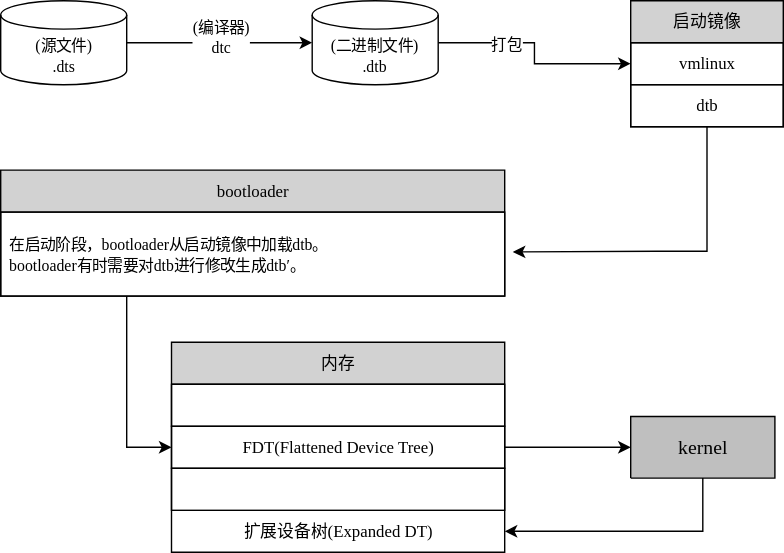
Above: Linux内核原理及其开发/Resources/设备树生命周期.drawio.svg in h13-0/Notebooks (draw.io), before the change. Source tidied: cells renumbered, new cells last; positions are measured from the earlier drawing's top-left corner, leaving out a move shared by most shapes.
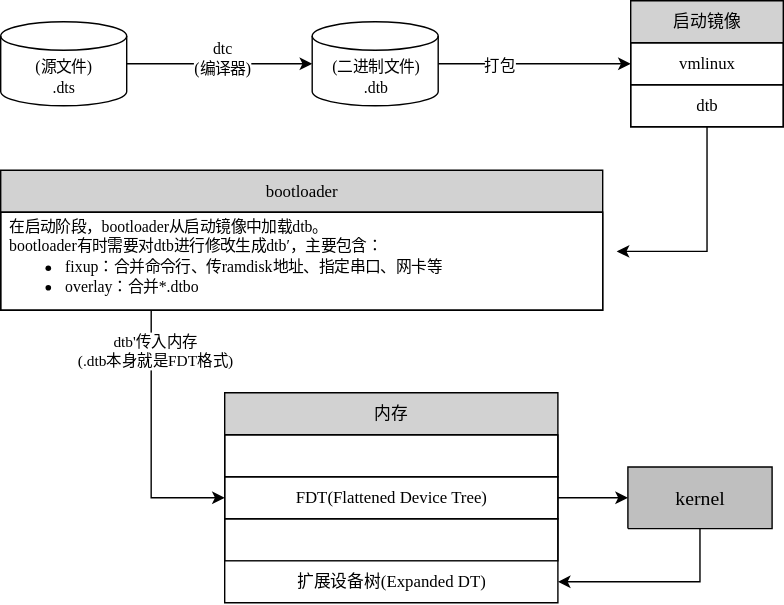
The same diagram one commit later.

Commit message:
vault backup: 2025-10-30 14:15:48

The edit, as a diff of the source:
```diff
@@ -6,7 +6,7 @@
       <mxGeometry relative="1" as="geometry" />
     </mxCell>
     <mxCell id="3" value="&lt;div style=&quot;font-size: 1px&quot;&gt;&lt;font style=&quot;font-size:14.11px;font-family:思源等宽;color:#000000;direction:ltr;letter-spacing:0px;line-height:120%;opacity:1&quot;&gt;kernel&lt;br/&gt;&lt;/font&gt;&lt;/div&gt;" style="verticalAlign=middle;align=center;overflow=width;vsdxID=151;fillColor=#bfbfbf;gradientColor=none;shape=(stored shape, 160 characters);strokeColor=#000000;points=[[1,0.5,0],[0.5,0,0],[0.5,0.5,0],[0.5,0.5,0]];labelBackgroundColor=none;rounded=0;html=1;whiteSpace=wrap;" parent="1" vertex="1">
-      <mxGeometry x="450" y="297" width="103" height="44" as="geometry" />
+      <mxGeometry x="448" y="333" width="103" height="44" as="geometry" />
     </mxCell>
     <mxCell id="4" parent="1" vertex="1">
       <mxGeometry x="65" y="211" as="geometry" />
@@ -15,10 +15,10 @@
       <mxGeometry x="354" y="179" as="geometry" />
     </mxCell>
     <mxCell id="6" parent="1" vertex="1">
-      <mxGeometry x="353" y="369" as="geometry" />
+      <mxGeometry x="351" y="405" as="geometry" />
     </mxCell>
     <mxCell id="7" value="&lt;span style=&quot;font-family: 思源等宽; font-size: 11.29px;&quot;&gt;(源文件)&lt;/span&gt;&lt;br style=&quot;font-family: 思源等宽; font-size: 11.29px;&quot;&gt;&lt;span style=&quot;font-family: 思源等宽; font-size: 11.29px;&quot;&gt;.dts&lt;/span&gt;" style="shape=cylinder3;whiteSpace=wrap;html=1;boundedLbl=1;backgroundOutline=1;size=10.133349609374932;fillColor=none;" parent="1" vertex="1">
-      <mxGeometry width="90" height="60" as="geometry" />
+      <mxGeometry y="15" width="90" height="60" as="geometry" />
     </mxCell>
     <mxCell id="8" style="edgeStyle=orthogonalEdgeStyle;rounded=0;jettySize=auto;html=1;exitX=1;exitY=0.5;exitDx=0;exitDy=0;exitPerimeter=0;entryX=0;entryY=0.5;entryDx=0;entryDy=0;" parent="1" edge="1" source="10" target="15">
       <mxGeometry relative="1" as="geometry" />
@@ -27,21 +27,22 @@
       <mxGeometry x="-0.36" y="-1" relative="1" as="geometry" />
     </mxCell>
     <mxCell id="10" value="&lt;span style=&quot;font-family: 思源等宽; font-size: 11.29px;&quot;&gt;(二进制文件)&lt;/span&gt;&lt;br style=&quot;font-family: 思源等宽; font-size: 11.29px;&quot;&gt;&lt;span style=&quot;font-family: 思源等宽; font-size: 11.29px;&quot;&gt;.dtb&lt;/span&gt;" style="shape=cylinder3;whiteSpace=wrap;html=1;boundedLbl=1;backgroundOutline=1;size=10.133349609374932;fillColor=none;" parent="1" vertex="1">
-      <mxGeometry x="222.5" width="90" height="60" as="geometry" />
+      <mxGeometry x="222.5" y="15" width="90" height="60" as="geometry" />
     </mxCell>
     <mxCell id="11" style="edgeStyle=orthogonalEdgeStyle;rounded=0;jettySize=auto;html=1;exitX=1;exitY=0.5;exitDx=0;exitDy=0;exitPerimeter=0;entryX=0;entryY=0.5;entryDx=0;entryDy=0;entryPerimeter=0;" parent="1" edge="1" source="7" target="10">
       <mxGeometry relative="1" as="geometry">
         <Array as="points">
-          <mxPoint x="160" y="30" />
-          <mxPoint x="160" y="30" />
+          <mxPoint x="160" y="45" />
+          <mxPoint x="160" y="45" />
         </Array>
       </mxGeometry>
     </mxCell>
-    <mxCell id="12" value="&lt;span style=&quot;font-family: 思源等宽; font-size: 11.29px;&quot;&gt;(编译器)&lt;/span&gt;&lt;br style=&quot;font-family: 思源等宽; font-size: 11.29px;&quot;&gt;&lt;span style=&quot;font-family: 思源等宽; font-size: 11.29px;&quot;&gt;dtc&lt;/span&gt;" style="edgeLabel;html=1;align=center;verticalAlign=middle;" parent="11" vertex="1">
+    <mxCell id="12" value="&lt;span style=&quot;font-family: 思源等宽; font-size: 11.29px;&quot;&gt;dtc&lt;/span&gt;&lt;div&gt;&lt;span style=&quot;font-family: 思源等宽; font-size: 11.29px;&quot;&gt;(编译器)&lt;/span&gt;&lt;span style=&quot;font-family: 思源等宽; font-size: 11.29px;&quot;&gt;&lt;/span&gt;&lt;/div&gt;" style="edgeLabel;html=1;align=center;verticalAlign=middle;" parent="11" vertex="1">
       <mxGeometry x="0.02" y="4" relative="1" as="geometry" />
     </mxCell>
-    <mxCell id="13" style="edgeStyle=orthogonalEdgeStyle;rounded=0;jettySize=auto;html=1;entryX=1.016;entryY=0.474;entryDx=0;entryDy=0;entryPerimeter=0;" parent="1" edge="1" source="14" target="19">
+    <mxCell id="13" style="edgeStyle=orthogonalEdgeStyle;rounded=0;jettySize=auto;html=1;" parent="1" edge="1" source="14">
       <mxGeometry relative="1" as="geometry">
+        <mxPoint x="440" y="179" as="targetPoint" />
         <Array as="points">
           <mxPoint x="505" y="179" />
           <mxPoint x="469" y="179" />
@@ -57,20 +58,25 @@
     <mxCell id="16" value="&lt;font face=&quot;思源等宽&quot;&gt;dtb&lt;/font&gt;" style="text;strokeColor=default;fillColor=none;align=center;verticalAlign=middle;spacingLeft=4;spacingRight=4;overflow=hidden;whiteSpace=wrap;html=1;" parent="14" vertex="1">
       <mxGeometry y="60" width="109" height="30" as="geometry" />
     </mxCell>
-    <mxCell id="17" style="edgeStyle=orthogonalEdgeStyle;rounded=0;jettySize=auto;html=1;exitX=0.25;exitY=1;exitDx=0;exitDy=0;entryX=0;entryY=0.5;entryDx=0;entryDy=0;" parent="1" edge="1" source="18" target="23">
+    <mxCell id="17" style="edgeStyle=orthogonalEdgeStyle;rounded=0;jettySize=auto;html=1;exitX=0.25;exitY=1;exitDx=0;exitDy=0;" parent="1" edge="1" source="18" target="23">
       <mxGeometry relative="1" as="geometry" />
     </mxCell>
+    <mxCell id="26" value="&lt;font face=&quot;思源等宽&quot;&gt;dtb'传入内存&lt;/font&gt;&lt;div&gt;&lt;font face=&quot;思源等宽&quot;&gt;(.dtb本身就是FDT格式)&lt;/font&gt;&lt;/div&gt;" style="edgeLabel;html=1;align=center;verticalAlign=middle;" parent="17" vertex="1">
+      <mxGeometry x="-0.41" y="2" relative="1" as="geometry">
+        <mxPoint y="-27" as="offset" />
+      </mxGeometry>
+    </mxCell>
     <mxCell id="18" value="&lt;font face=&quot;思源等宽&quot;&gt;bootloader&lt;/font&gt;" style="swimlane;fontStyle=0;horizontal=1;startSize=30;whiteSpace=wrap;html=1;fillColor=#D2D2D2;" parent="1" vertex="1">
-      <mxGeometry y="121" width="360" height="90" as="geometry" />
+      <mxGeometry y="121" width="430" height="100" as="geometry" />
     </mxCell>
-    <mxCell id="19" value="&lt;font style=&quot;color: rgb(0, 0, 0);&quot;&gt;&lt;span style=&quot;font-family: 思源等宽; font-size: 11.29px;&quot;&gt;在启动阶段，bootloader从启动镜像中加载dtb。&lt;/span&gt;&lt;br style=&quot;font-family: 思源等宽; font-size: 11.29px;&quot;&gt;&lt;span style=&quot;font-family: 思源等宽; font-size: 11.29px;&quot;&gt;bootloader有时需要对dtb进行修改生成dtb′。&lt;/span&gt;&lt;/font&gt;" style="text;strokeColor=default;fillColor=none;align=left;verticalAlign=middle;spacingLeft=4;spacingRight=4;overflow=hidden;points=[[0,0.5],[1,0.5]];portConstraint=eastwest;whiteSpace=wrap;html=1;" parent="18" vertex="1">
-      <mxGeometry y="30" width="360" height="60" as="geometry" />
+    <mxCell id="19" value="&lt;font style=&quot;color: rgb(0, 0, 0);&quot;&gt;&lt;span style=&quot;font-family: 思源等宽; font-size: 11.29px;&quot;&gt;在启动阶段，bootloader从启动镜像中加载dtb。&lt;/span&gt;&lt;br style=&quot;font-family: 思源等宽; font-size: 11.29px;&quot;&gt;&lt;span style=&quot;font-family: 思源等宽; font-size: 11.29px;&quot;&gt;bootloader有时需要对dtb进行修改生成dtb′，主要包含：&lt;/span&gt;&lt;/font&gt;&lt;div&gt;&lt;ul style=&quot;padding-left: 40px; margin-top: 0px;&quot;&gt;&lt;li&gt;&lt;font style=&quot;color: rgb(0, 0, 0);&quot;&gt;&lt;span style=&quot;font-family: 思源等宽; font-size: 11.29px;&quot;&gt;fixup：合并命令行、传ramdisk地址、指定串口、网卡等&lt;/span&gt;&lt;/font&gt;&lt;/li&gt;&lt;li&gt;&lt;font style=&quot;color: rgb(0, 0, 0);&quot;&gt;&lt;span style=&quot;font-family: 思源等宽; font-size: 11.29px;&quot;&gt;overlay：合并*.dtbo&lt;/span&gt;&lt;/font&gt;&lt;/li&gt;&lt;/ul&gt;&lt;/div&gt;" style="text;strokeColor=default;fillColor=none;align=left;verticalAlign=middle;spacingLeft=4;spacingRight=4;overflow=hidden;points=[[0,0.5],[1,0.5]];portConstraint=eastwest;whiteSpace=wrap;html=1;" parent="18" vertex="1">
+      <mxGeometry y="30" width="430" height="70" as="geometry" />
     </mxCell>
     <mxCell id="20" style="edgeStyle=orthogonalEdgeStyle;rounded=0;jettySize=auto;html=1;" parent="1" edge="1" source="21" target="3">
       <mxGeometry relative="1" as="geometry" />
     </mxCell>
     <mxCell id="21" value="&lt;font face=&quot;思源等宽&quot;&gt;内存&lt;/font&gt;" style="swimlane;fontStyle=0;horizontal=1;startSize=30;whiteSpace=wrap;html=1;fillColor=#D2D2D2;" parent="1" vertex="1">
-      <mxGeometry x="122" y="244" width="238" height="150" as="geometry" />
+      <mxGeometry x="160" y="280" width="238" height="150" as="geometry" />
     </mxCell>
     <mxCell id="22" style="text;strokeColor=default;fillColor=none;align=center;verticalAlign=middle;spacingLeft=4;spacingRight=4;overflow=hidden;whiteSpace=wrap;html=1;" parent="21" vertex="1">
       <mxGeometry y="30" width="238" height="30" as="geometry" />
```
